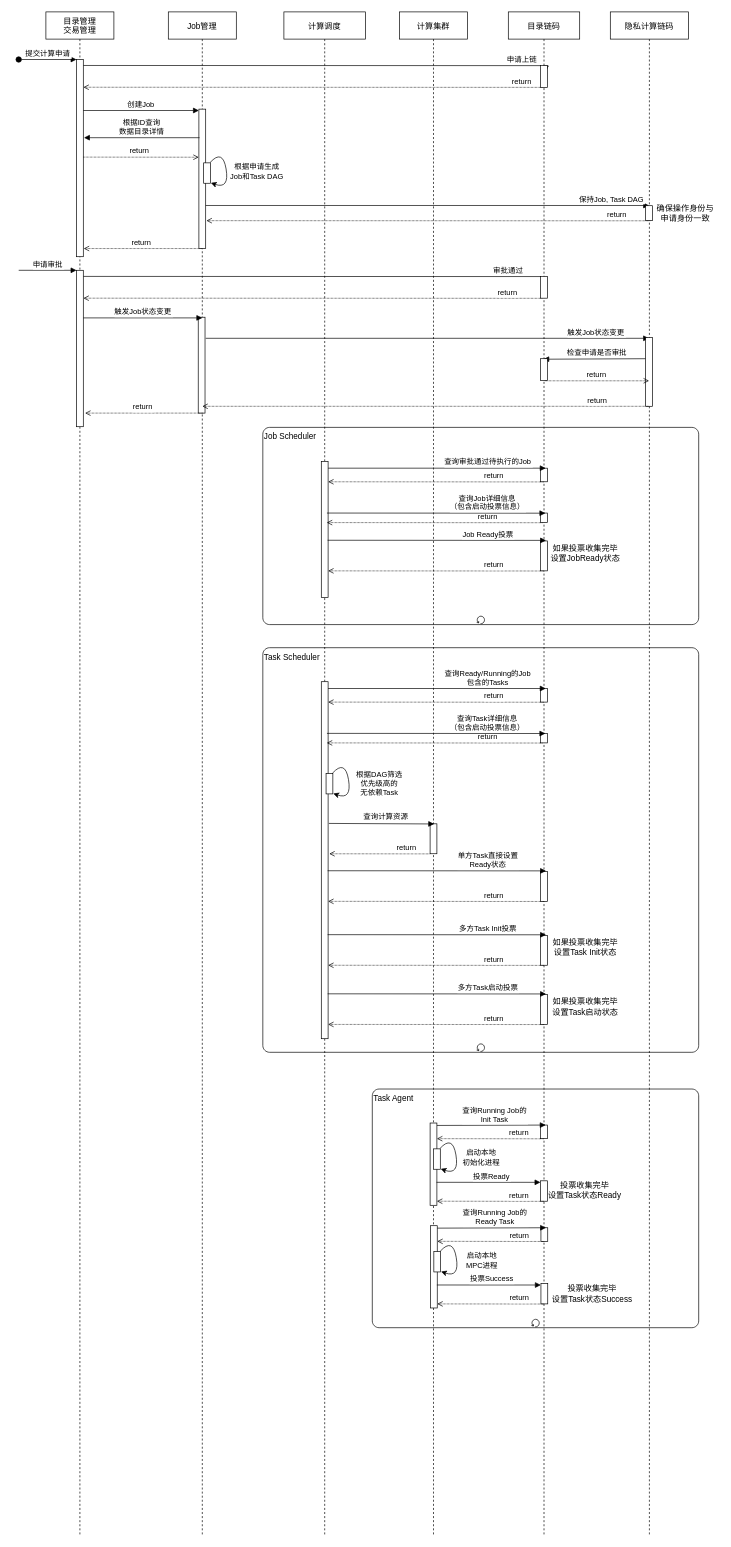
Before: mpc/sequence.drawio in zmmwl/drawio, a draw.io diagram. Source tidied: cells renumbered, new cells numbered last; positions are measured from the earlier drawing's top-left corner, leaving out a move shared by most shapes. Both pictures are drawn from the tidied source at 68%, with x=0, y=0 at pixel (18, 12).
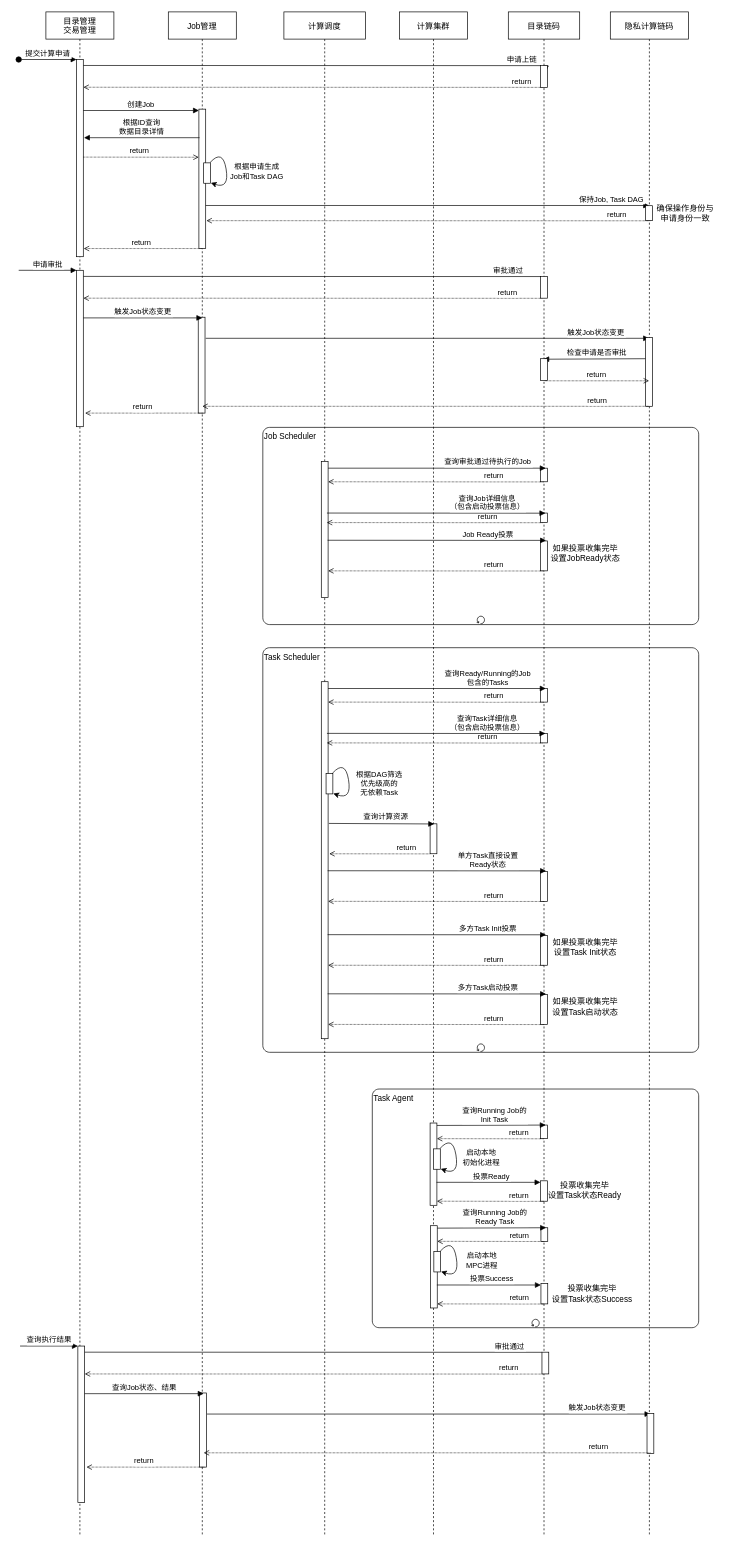
After the change.

Diff of the diagram source:
```diff
@@
+    <mxCell id="100" style="perimeter=orthogonalPerimeter;rounded=0;shadow=0;strokeWidth=1;" parent="1" vertex="1">
+      <mxGeometry x="87" y="1962" width="10" height="230" as="geometry" />
+    </mxCell>
+    <mxCell id="101" style="perimeter=orthogonalPerimeter;rounded=0;shadow=0;strokeWidth=1;" parent="1" vertex="1">
+      <mxGeometry x="266" y="2031" width="10" height="109" as="geometry" />
+    </mxCell>
+    <mxCell id="102" value="查询Job状态、结果" style="verticalAlign=bottom;endArrow=block;shadow=0;strokeWidth=1;" parent="1" edge="1">
+      <mxGeometry relative="1" as="geometry">
+        <mxPoint x="97" y="2032" as="sourcePoint" />
+        <mxPoint x="272" y="2032" as="targetPoint" />
+      </mxGeometry>
+    </mxCell>
+    <mxCell id="103" value="return" style="verticalAlign=bottom;endArrow=none;shadow=0;strokeWidth=1;exitX=1.012;exitY=0.115;exitDx=0;exitDy=0;exitPerimeter=0;endFill=0;startArrow=open;startFill=0;dashed=1;dashPattern=1 1;" parent="1" edge="1">
+      <mxGeometry x="-0.03" relative="1" as="geometry">
+        <mxPoint x="99.6" y="2140" as="sourcePoint" />
+        <mxPoint x="274" y="2140" as="targetPoint" />
+      </mxGeometry>
+    </mxCell>
+    <mxCell id="104" value="触发Job状态变更" style="verticalAlign=bottom;endArrow=block;shadow=0;strokeWidth=1;" parent="1" edge="1">
+      <mxGeometry x="0.76" relative="1" as="geometry">
+        <mxPoint x="277" y="2062" as="sourcePoint" />
+        <mxPoint x="929" y="2062" as="targetPoint" />
+      </mxGeometry>
+    </mxCell>
+    <mxCell id="105" value="return" style="verticalAlign=bottom;endArrow=none;shadow=0;strokeWidth=1;exitX=1.012;exitY=0.115;exitDx=0;exitDy=0;exitPerimeter=0;endFill=0;startArrow=open;startFill=0;dashed=1;dashPattern=1 1;" parent="1" edge="1">
+      <mxGeometry x="0.85" relative="1" as="geometry">
+        <mxPoint x="97.1" y="2003" as="sourcePoint" />
+        <mxPoint x="772" y="2003.2" as="targetPoint" />
+      </mxGeometry>
+    </mxCell>
+    <mxCell id="106" value="审批通过" style="verticalAlign=bottom;endArrow=none;shadow=0;strokeWidth=1;exitX=1.012;exitY=0.115;exitDx=0;exitDy=0;exitPerimeter=0;" parent="1" edge="1">
+      <mxGeometry x="0.86" relative="1" as="geometry">
+        <mxPoint x="97.1" y="1971" as="sourcePoint" />
+        <mxPoint x="769.5" y="1971.2" as="targetPoint" />
+      </mxGeometry>
+    </mxCell>
+    <mxCell id="107" style="perimeter=orthogonalPerimeter;rounded=0;shadow=0;strokeWidth=1;" parent="1" vertex="1">
+      <mxGeometry x="769.5" y="1971" width="10" height="32" as="geometry" />
+    </mxCell>
+    <mxCell id="108" style="perimeter=orthogonalPerimeter;rounded=0;shadow=0;strokeWidth=1;" parent="1" vertex="1">
+      <mxGeometry x="924" y="2061" width="10" height="59" as="geometry" />
+    </mxCell>
+    <mxCell id="109" value="查询执行结果" style="verticalAlign=bottom;startArrow=none;endArrow=block;startSize=8;shadow=0;strokeWidth=1;startFill=0;" parent="1" edge="1">
+      <mxGeometry relative="1" as="geometry">
+        <mxPoint x="2" y="1962" as="sourcePoint" />
+        <mxPoint x="87" y="1962" as="targetPoint" />
+      </mxGeometry>
+    </mxCell>
+    <mxCell id="110" value="return" style="verticalAlign=bottom;endArrow=none;shadow=0;strokeWidth=1;endFill=0;startArrow=open;startFill=0;dashed=1;dashPattern=1 1;exitX=0.6;exitY=0.883;exitDx=0;exitDy=0;exitPerimeter=0;" parent="1" edge="1">
+      <mxGeometry x="0.77" relative="1" as="geometry">
+        <mxPoint x="272" y="2119" as="sourcePoint" />
+        <mxPoint x="929" y="2119" as="targetPoint" />
+      </mxGeometry>
+    </mxCell>
```
